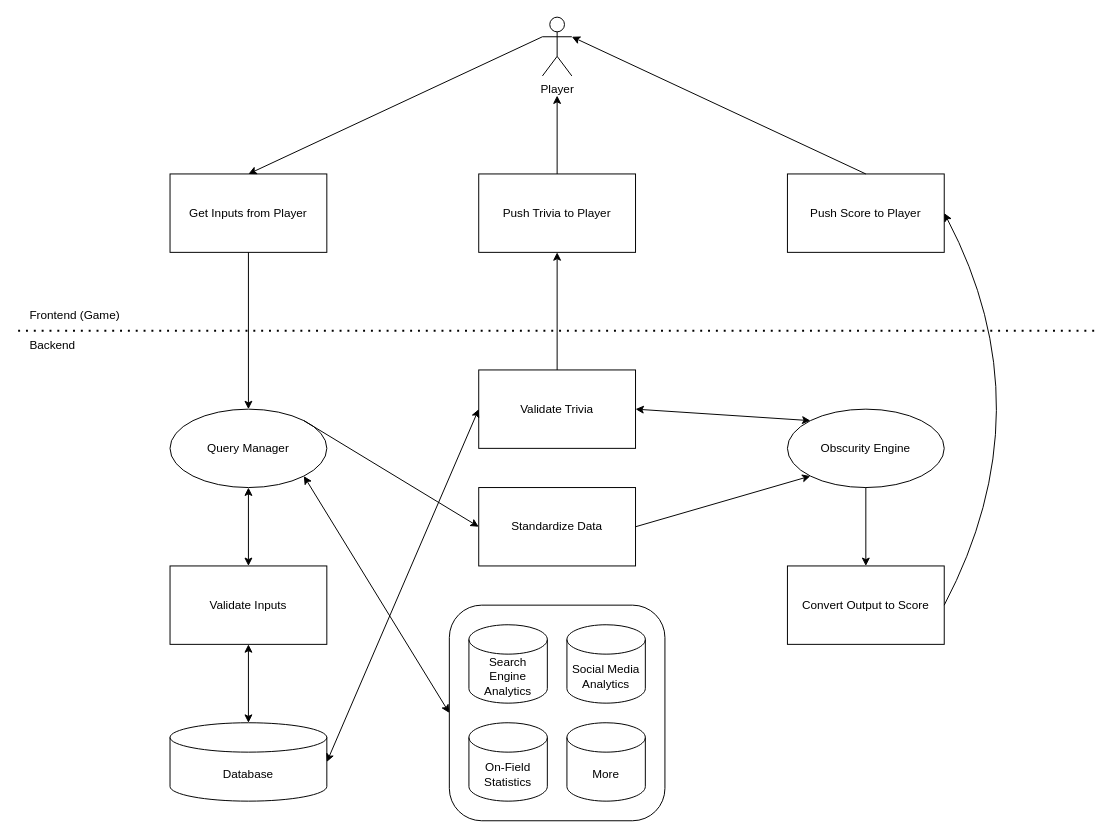
This is design/diagrams/working-files/low-level.drawio from BlairBowen/Knowball, a draw.io file, before an edit. Source tidied: cells renumbered, new cells numbered last; positions are measured from the earlier drawing's top-left corner, leaving out a move shared by most shapes. Both pictures are drawn from the tidied source at 98%, with x=0, y=0 at pixel (18, 17).
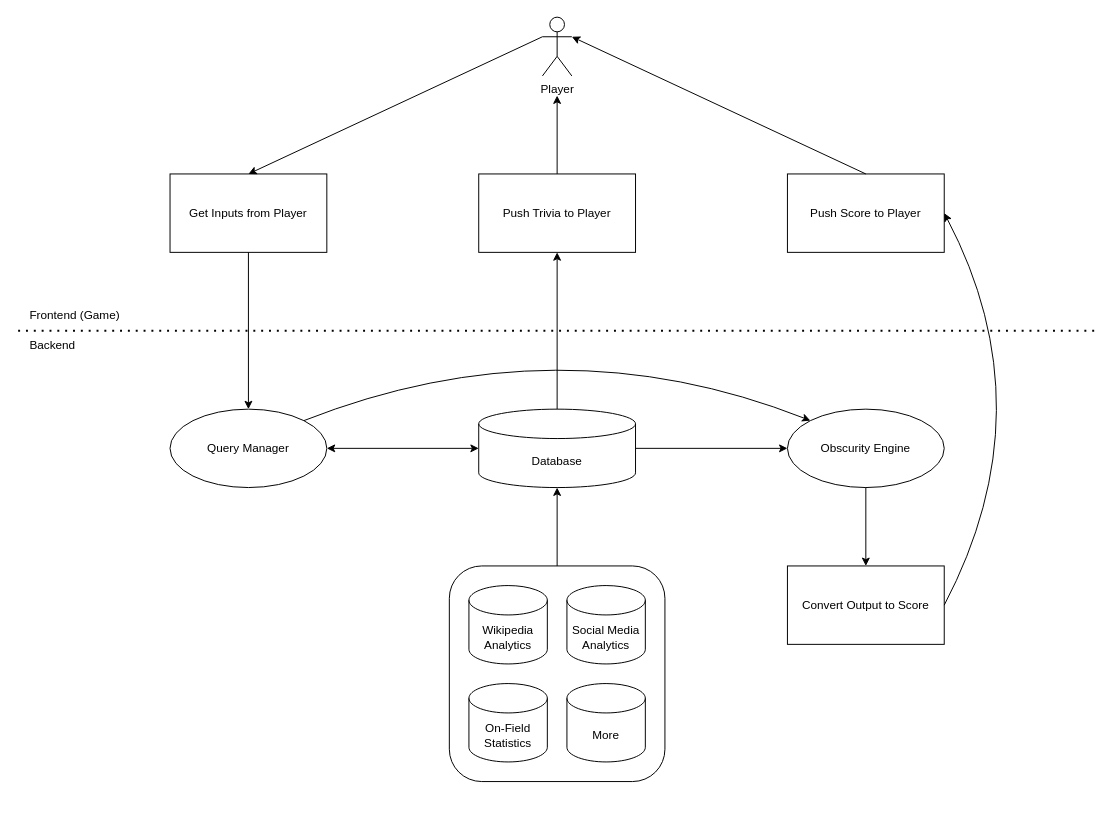
The same diagram, later.

Unchanged cells that the change refers to:
```xml
<mxCell id="7" value="Push Trivia to Player" style="rounded=0;whiteSpace=wrap;html=1;" parent="1" vertex="1">
  <mxGeometry x="470" y="160" width="160" height="80" as="geometry" />
</mxCell>
<mxCell id="13" value="Query Manager" style="ellipse;whiteSpace=wrap;html=1;" parent="1" vertex="1">
  <mxGeometry x="155" y="400" width="160" height="80" as="geometry" />
</mxCell>
<mxCell id="23" value="Obscurity Engine" style="ellipse;whiteSpace=wrap;html=1;" parent="1" vertex="1">
  <mxGeometry x="785" y="400" width="160" height="80" as="geometry" />
</mxCell>
```

What changed in the source:
```diff
@@
     <mxCell id="2" style="rounded=1;whiteSpace=wrap;html=1;" parent="1" vertex="1">
-      <mxGeometry x="440" y="600" width="220" height="220" as="geometry" />
+      <mxGeometry x="440" y="560" width="220" height="220" as="geometry" />
     </mxCell>
@@
-    <mxCell id="14" value="Validate Inputs" style="rounded=0;whiteSpace=wrap;html=1;" parent="1" vertex="1">
-      <mxGeometry x="155" y="560" width="160" height="80" as="geometry" />
-    </mxCell>
@@
-    <mxCell id="16" value="Search Engine Analytics" style="shape=cylinder3;whiteSpace=wrap;html=1;boundedLbl=1;backgroundOutline=1;size=15;" parent="1" vertex="1">
-      <mxGeometry x="460" y="620" width="80" height="80" as="geometry" />
+    <mxCell id="16" value="Wikipedia Analytics" style="shape=cylinder3;whiteSpace=wrap;html=1;boundedLbl=1;backgroundOutline=1;size=15;" parent="1" vertex="1">
+      <mxGeometry x="460" y="580" width="80" height="80" as="geometry" />
     </mxCell>
     <mxCell id="17" value="Social Media Analytics" style="shape=cylinder3;whiteSpace=wrap;html=1;boundedLbl=1;backgroundOutline=1;size=15;" parent="1" vertex="1">
-      <mxGeometry x="560" y="620" width="80" height="80" as="geometry" />
+      <mxGeometry x="560" y="580" width="80" height="80" as="geometry" />
     </mxCell>
     <mxCell id="18" value="On-Field Statistics" style="shape=cylinder3;whiteSpace=wrap;html=1;boundedLbl=1;backgroundOutline=1;size=15;" parent="1" vertex="1">
-      <mxGeometry x="460" y="720" width="80" height="80" as="geometry" />
+      <mxGeometry x="460" y="680" width="80" height="80" as="geometry" />
     </mxCell>
     <mxCell id="19" value="More" style="shape=cylinder3;whiteSpace=wrap;html=1;boundedLbl=1;backgroundOutline=1;size=15;" parent="1" vertex="1">
-      <mxGeometry x="560" y="720" width="80" height="80" as="geometry" />
+      <mxGeometry x="560" y="680" width="80" height="80" as="geometry" />
     </mxCell>
     <mxCell id="20" value="Database" style="shape=cylinder3;whiteSpace=wrap;html=1;boundedLbl=1;backgroundOutline=1;size=15;" parent="1" vertex="1">
-      <mxGeometry x="155" y="720" width="160" height="80" as="geometry" />
+      <mxGeometry x="470" y="400" width="160" height="80" as="geometry" />
     </mxCell>
-    <mxCell id="21" style="endArrow=classic;startArrow=classic;html=1;rounded=0;exitX=0.5;exitY=1;exitDx=0;exitDy=0;entryX=0.5;entryY=0;entryDx=0;entryDy=0;entryPerimeter=0;" parent="1" edge="1" source="14" target="20">
-      <mxGeometry relative="1" as="geometry" />
-    </mxCell>
-    <mxCell id="22" style="endArrow=classic;startArrow=classic;html=1;rounded=0;entryX=0.5;entryY=1;entryDx=0;entryDy=0;exitX=0.5;exitY=0;exitDx=0;exitDy=0;" parent="1" edge="1" source="14" target="13">
-      <mxGeometry relative="1" as="geometry" />
-    </mxCell>
@@
-    <mxCell id="26" value="Standardize Data" style="rounded=0;whiteSpace=wrap;html=1;" parent="1" vertex="1">
-      <mxGeometry x="470" y="480" width="160" height="80" as="geometry" />
-    </mxCell>
-    <mxCell id="27" value="Validate Trivia" style="rounded=0;whiteSpace=wrap;html=1;" parent="1" vertex="1">
-      <mxGeometry x="470" y="360" width="160" height="80" as="geometry" />
-    </mxCell>
-    <mxCell id="28" style="endArrow=classic;html=1;rounded=0;entryX=0.5;entryY=1;entryDx=0;entryDy=0;exitX=0.5;exitY=0;exitDx=0;exitDy=0;" parent="1" edge="1" source="27" target="7">
-      <mxGeometry relative="1" as="geometry" />
-    </mxCell>
-    <mxCell id="29" style="endArrow=classic;startArrow=classic;html=1;rounded=0;entryX=0;entryY=0.5;entryDx=0;entryDy=0;exitX=1;exitY=0.5;exitDx=0;exitDy=0;exitPerimeter=0;" parent="1" edge="1" source="20" target="27">
-      <mxGeometry relative="1" as="geometry" />
-    </mxCell>
-    <mxCell id="30" style="endArrow=classic;startArrow=classic;html=1;rounded=0;entryX=0;entryY=0;entryDx=0;entryDy=0;exitX=1;exitY=0.5;exitDx=0;exitDy=0;" parent="1" edge="1" source="27" target="23">
-      <mxGeometry relative="1" as="geometry" />
-    </mxCell>
-    <mxCell id="31" style="endArrow=classic;html=1;rounded=0;entryX=0;entryY=1;entryDx=0;entryDy=0;exitX=1;exitY=0.5;exitDx=0;exitDy=0;" parent="1" edge="1" source="26" target="23">
-      <mxGeometry relative="1" as="geometry" />
-    </mxCell>
-    <mxCell id="32" style="endArrow=classic;html=1;rounded=0;exitX=1;exitY=0;exitDx=0;exitDy=0;entryX=0;entryY=0.5;entryDx=0;entryDy=0;" parent="1" edge="1" source="13" target="26">
-      <mxGeometry relative="1" as="geometry" />
-    </mxCell>
-    <mxCell id="33" style="endArrow=classic;startArrow=classic;html=1;rounded=0;entryX=1;entryY=1;entryDx=0;entryDy=0;exitX=0;exitY=0.5;exitDx=0;exitDy=0;" parent="1" edge="1" source="2" target="13">
-      <mxGeometry relative="1" as="geometry" />
-    </mxCell>
@@
+    <mxCell id="35" style="endArrow=classic;html=1;rounded=0;entryX=0.5;entryY=1;entryDx=0;entryDy=0;entryPerimeter=0;exitX=0.5;exitY=0;exitDx=0;exitDy=0;" parent="1" edge="1" source="2" target="20">
+      <mxGeometry relative="1" as="geometry" />
+    </mxCell>
+    <mxCell id="36" style="endArrow=classic;html=1;rounded=0;entryX=0.5;entryY=1;entryDx=0;entryDy=0;exitX=0.5;exitY=0;exitDx=0;exitDy=0;exitPerimeter=0;" parent="1" edge="1" source="20" target="7">
+      <mxGeometry relative="1" as="geometry" />
+    </mxCell>
+    <mxCell id="37" style="endArrow=classic;startArrow=classic;html=1;rounded=0;exitX=1;exitY=0.5;exitDx=0;exitDy=0;entryX=0;entryY=0.5;entryDx=0;entryDy=0;entryPerimeter=0;" parent="1" edge="1" source="13" target="20">
+      <mxGeometry relative="1" as="geometry" />
+    </mxCell>
+    <mxCell id="38" style="curved=1;endArrow=classic;html=1;rounded=0;exitX=1;exitY=0;exitDx=0;exitDy=0;entryX=0;entryY=0;entryDx=0;entryDy=0;" parent="1" edge="1" source="13" target="23">
+      <mxGeometry relative="1" as="geometry">
+        <Array as="points">
+          <mxPoint x="550" y="310" />
+        </Array>
+      </mxGeometry>
+    </mxCell>
+    <mxCell id="39" style="endArrow=classic;html=1;rounded=0;entryX=0;entryY=0.5;entryDx=0;entryDy=0;exitX=1;exitY=0.5;exitDx=0;exitDy=0;exitPerimeter=0;" parent="1" edge="1" source="20" target="23">
+      <mxGeometry relative="1" as="geometry" />
+    </mxCell>
```
